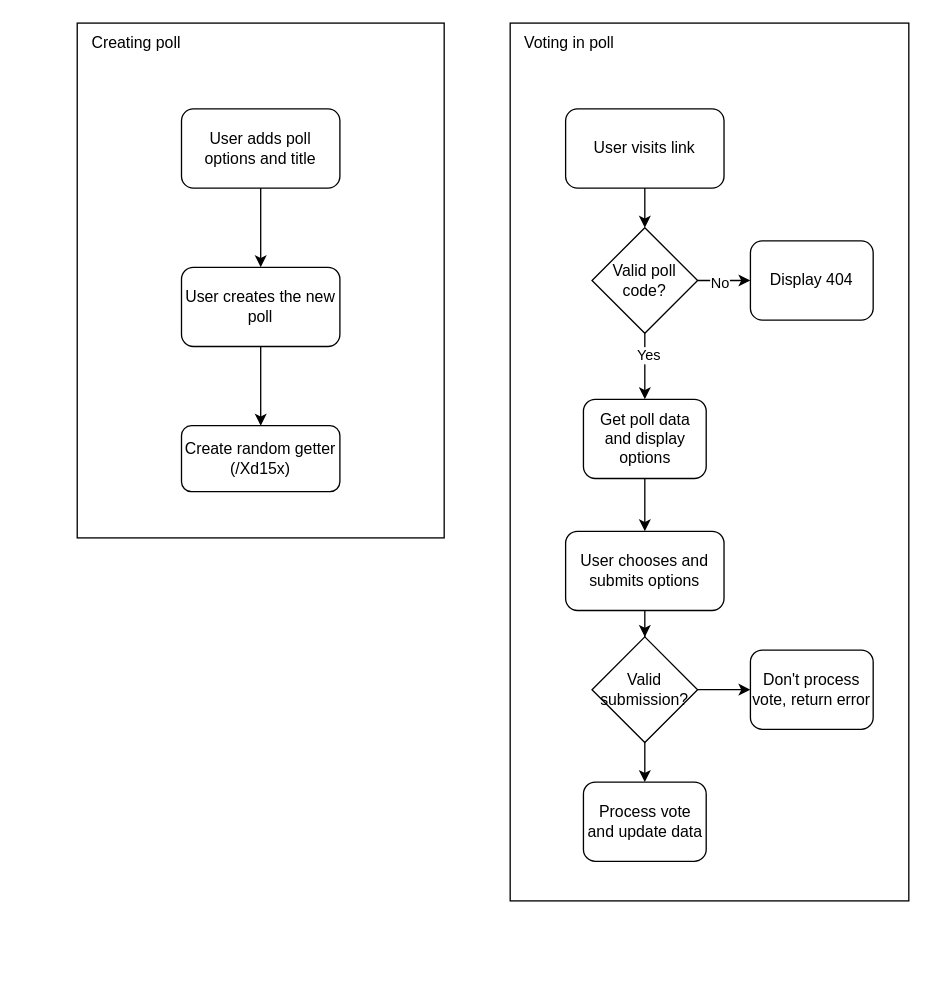
VissentvNoord/quick-poll keeps this draw.io diagram as docs/quick-poll.drawio. Above is the earlier version. Source tidied: cells renumbered, new cells numbered last; positions are measured from the earlier drawing's top-left corner, leaving out a move shared by most shapes. Both pictures are drawn from the tidied source at 132%, with x=0, y=0 at pixel (77, 22).
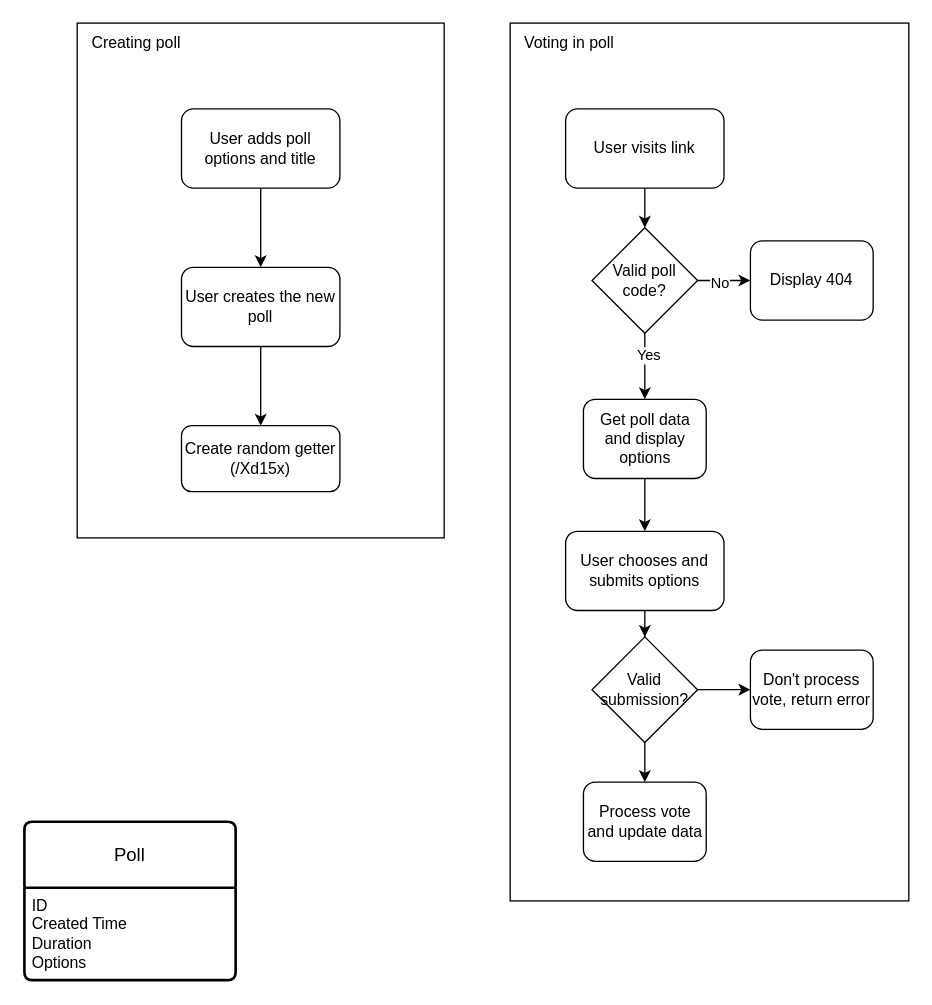
The same page after the edit.

Change to the diagram source:
```diff
@@
+    <mxCell id="28" value="Poll" style="swimlane;horizontal=1;startSize=50;rounded=1;fontSize=14;fontStyle=0;strokeWidth=2;shadow=0;dashed=0;align=center;arcSize=4;whiteSpace=wrap;html=1;" parent="1" vertex="1">
+      <mxGeometry x="-40" y="605" width="160" height="120" as="geometry" />
+    </mxCell>
+    <mxCell id="29" value="ID&lt;br&gt;Created Time&lt;br&gt;Duration&lt;br&gt;Options" style="align=left;strokeColor=none;fillColor=none;spacingLeft=4;fontSize=12;verticalAlign=top;html=1;" parent="28" vertex="1">
+      <mxGeometry y="50" width="160" height="70" as="geometry" />
+    </mxCell>
```
